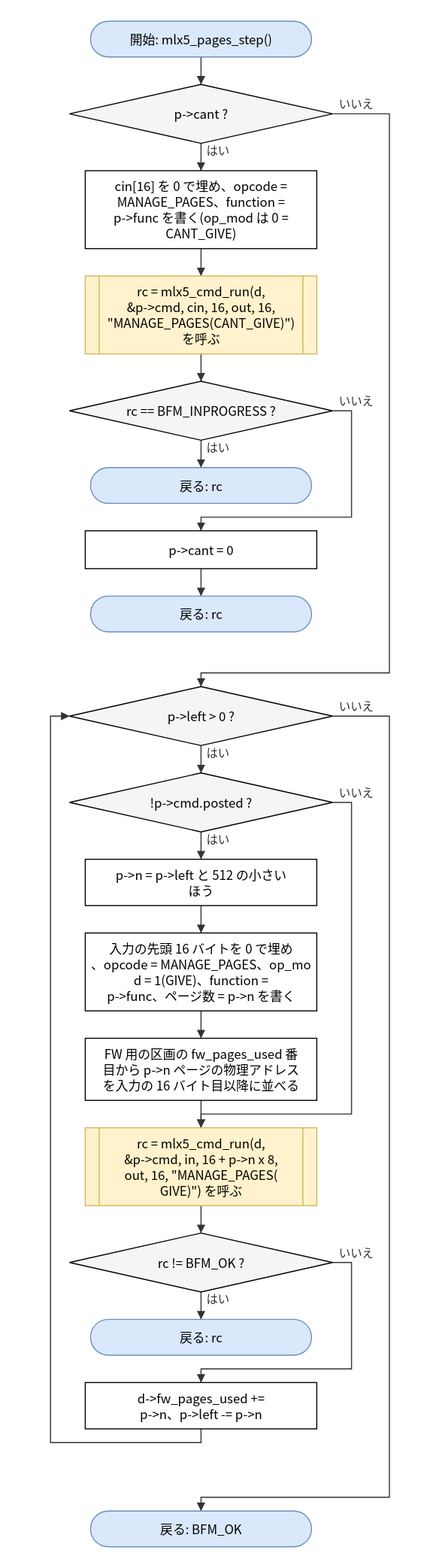
Earlier version of the draw.io export doc/spec/images/flow_src_mlx5_cmd-mlx5_pages_step.drawio.svg (hf355051012-ai/bfmem). Source tidied: cells renumbered, new cells last; positions are measured from the earlier drawing's top-left corner, leaving out a move shared by most shapes.
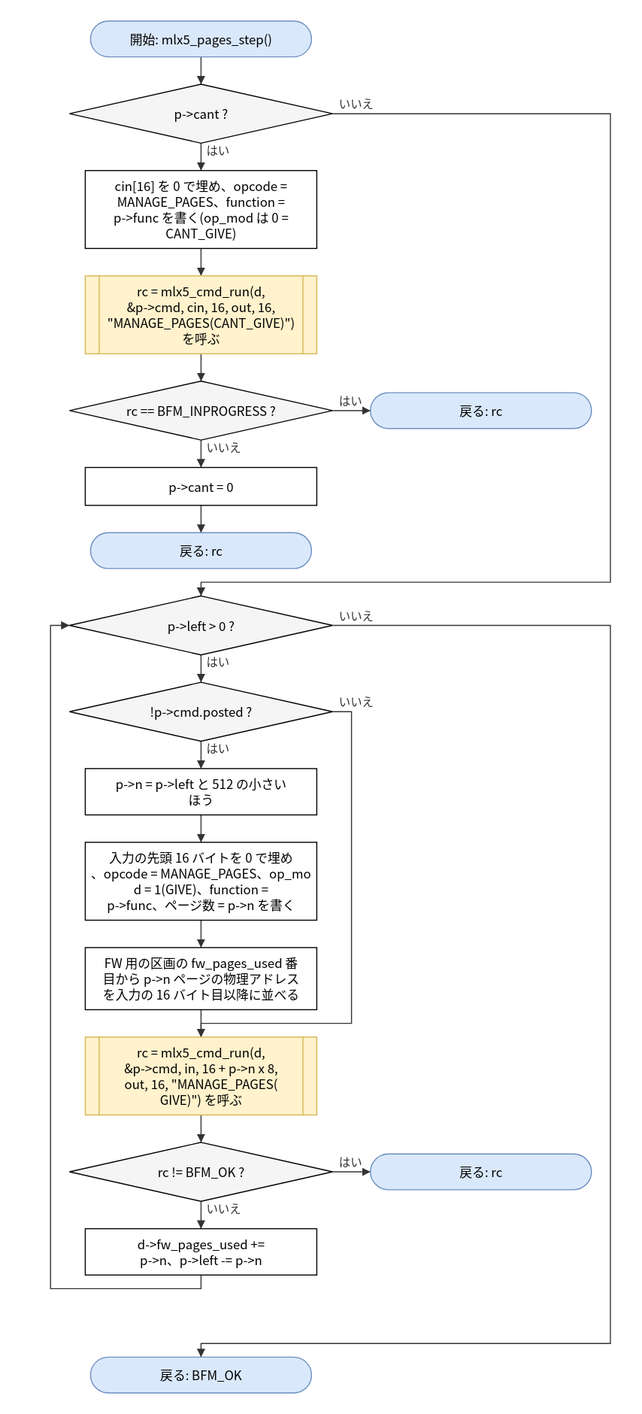
The same diagram one commit later.

Diff of the diagram source:
```diff
@@ -18,43 +18,43 @@
       <mxGeometry x="18" y="342" width="250" height="56" as="geometry" />
     </mxCell>
     <mxCell id="7" value="戻る: rc" style="rounded=1;arcSize=50;whiteSpace=wrap;html=1;fillColor=#dae8fc;strokeColor=#6c8ebf;" parent="1" vertex="1">
-      <mxGeometry x="38" y="424" width="210" height="34" as="geometry" />
+      <mxGeometry x="304" y="353" width="210" height="34" as="geometry" />
     </mxCell>
     <mxCell id="8" value="p-&amp;gt;cant = 0" style="rounded=0;whiteSpace=wrap;html=1;" parent="1" vertex="1">
-      <mxGeometry x="33" y="484" width="220" height="36" as="geometry" />
+      <mxGeometry x="33" y="424" width="220" height="36" as="geometry" />
     </mxCell>
     <mxCell id="9" value="戻る: rc" style="rounded=1;arcSize=50;whiteSpace=wrap;html=1;fillColor=#dae8fc;strokeColor=#6c8ebf;" parent="1" vertex="1">
-      <mxGeometry x="38" y="546" width="210" height="34" as="geometry" />
+      <mxGeometry x="38" y="486" width="210" height="34" as="geometry" />
     </mxCell>
     <mxCell id="10" value="p-&amp;gt;left &amp;gt; 0 ?" style="rhombus;whiteSpace=wrap;html=1;fillColor=#f5f5f5;" parent="1" vertex="1">
-      <mxGeometry x="18" y="632" width="250" height="56" as="geometry" />
+      <mxGeometry x="18" y="546" width="250" height="56" as="geometry" />
     </mxCell>
     <mxCell id="11" value="!p-&amp;gt;cmd.posted ?" style="rhombus;whiteSpace=wrap;html=1;fillColor=#f5f5f5;" parent="1" vertex="1">
-      <mxGeometry x="18" y="714" width="250" height="56" as="geometry" />
+      <mxGeometry x="18" y="628" width="250" height="56" as="geometry" />
     </mxCell>
     <mxCell id="12" value="p-&amp;gt;n = p-&amp;gt;left と 512 の小さい&lt;br&gt;ほう" style="rounded=0;whiteSpace=wrap;html=1;" parent="1" vertex="1">
-      <mxGeometry x="33" y="796" width="220" height="44" as="geometry" />
+      <mxGeometry x="33" y="710" width="220" height="44" as="geometry" />
     </mxCell>
     <mxCell id="13" value="入力の先頭 16 バイトを 0 で埋め&lt;br&gt;、opcode = MANAGE_PAGES、op_mo&lt;br&gt;d = 1(GIVE)、function =&lt;br&gt;p-&amp;gt;func、ページ数 = p-&amp;gt;n を書く" style="rounded=0;whiteSpace=wrap;html=1;" parent="1" vertex="1">
-      <mxGeometry x="33" y="866" width="220" height="74" as="geometry" />
+      <mxGeometry x="33" y="780" width="220" height="74" as="geometry" />
     </mxCell>
     <mxCell id="14" value="FW 用の区画の fw_pages_used 番&lt;br&gt;目から p-&amp;gt;n ページの物理アドレス&lt;br&gt;を入力の 16 バイト目以降に並べる" style="rounded=0;whiteSpace=wrap;html=1;" parent="1" vertex="1">
-      <mxGeometry x="33" y="966" width="220" height="59" as="geometry" />
+      <mxGeometry x="33" y="880" width="220" height="59" as="geometry" />
     </mxCell>
     <mxCell id="15" value="rc = mlx5_cmd_run(d,&lt;br&gt;&amp;amp;p-&amp;gt;cmd, in, 16 + p-&amp;gt;n x 8,&lt;br&gt;out, 16, &amp;quot;MANAGE_PAGES(&lt;br&gt;GIVE)&amp;quot;) を呼ぶ" style="shape=process;whiteSpace=wrap;html=1;backgroundOutline=1;size=0.06;fillColor=#fff2cc;strokeColor=#d6b656;" parent="1" vertex="1">
-      <mxGeometry x="33" y="1051" width="220" height="74" as="geometry" />
+      <mxGeometry x="33" y="965" width="220" height="74" as="geometry" />
     </mxCell>
     <mxCell id="16" value="rc != BFM_OK ?" style="rhombus;whiteSpace=wrap;html=1;fillColor=#f5f5f5;" parent="1" vertex="1">
-      <mxGeometry x="18" y="1151" width="250" height="56" as="geometry" />
+      <mxGeometry x="18" y="1065" width="250" height="56" as="geometry" />
     </mxCell>
     <mxCell id="17" value="戻る: rc" style="rounded=1;arcSize=50;whiteSpace=wrap;html=1;fillColor=#dae8fc;strokeColor=#6c8ebf;" parent="1" vertex="1">
-      <mxGeometry x="38" y="1233" width="210" height="34" as="geometry" />
+      <mxGeometry x="304" y="1076" width="210" height="34" as="geometry" />
     </mxCell>
     <mxCell id="18" value="d-&amp;gt;fw_pages_used +=&lt;br&gt;p-&amp;gt;n、p-&amp;gt;left -= p-&amp;gt;n" style="rounded=0;whiteSpace=wrap;html=1;" parent="1" vertex="1">
-      <mxGeometry x="33" y="1293" width="220" height="44" as="geometry" />
+      <mxGeometry x="33" y="1147" width="220" height="44" as="geometry" />
     </mxCell>
     <mxCell id="19" value="戻る: BFM_OK" style="rounded=1;arcSize=50;whiteSpace=wrap;html=1;fillColor=#dae8fc;strokeColor=#6c8ebf;" parent="1" vertex="1">
-      <mxGeometry x="38" y="1415" width="210" height="34" as="geometry" />
+      <mxGeometry x="38" y="1269" width="210" height="34" as="geometry" />
     </mxCell>
     <mxCell id="20" style="edgeStyle=none;html=1;rounded=0;endArrow=block;endFill=1;exitX=0.5000;exitY=1.0000;exitDx=0;exitDy=0;exitPerimeter=0;entryX=0.5000;entryY=0.0000;entryDx=0;entryDy=0;entryPerimeter=0;" parent="1" edge="1" source="2" target="3">
       <mxGeometry relative="1" as="geometry" />
@@ -68,17 +68,11 @@
     <mxCell id="23" style="edgeStyle=none;html=1;rounded=0;endArrow=block;endFill=1;exitX=0.5000;exitY=1.0000;exitDx=0;exitDy=0;exitPerimeter=0;entryX=0.5000;entryY=0.0000;entryDx=0;entryDy=0;entryPerimeter=0;" parent="1" edge="1" source="5" target="6">
       <mxGeometry relative="1" as="geometry" />
     </mxCell>
-    <mxCell id="24" value="はい" style="edgeStyle=none;html=1;rounded=0;endArrow=block;endFill=1;exitX=0.5000;exitY=1.0000;exitDx=0;exitDy=0;exitPerimeter=0;entryX=0.5000;entryY=0.0000;entryDx=0;entryDy=0;entryPerimeter=0;" parent="1" edge="1" source="6" target="7">
+    <mxCell id="24" value="はい" style="edgeStyle=none;html=1;rounded=0;endArrow=block;endFill=1;exitX=1.0000;exitY=0.5000;exitDx=0;exitDy=0;exitPerimeter=0;entryX=0.0000;entryY=0.5000;entryDx=0;entryDy=0;entryPerimeter=0;" parent="1" edge="1" source="6" target="7">
       <mxGeometry relative="1" as="geometry" />
     </mxCell>
-    <mxCell id="25" value="いいえ" style="edgeStyle=none;html=1;rounded=0;endArrow=block;endFill=1;exitX=1.0000;exitY=0.5000;exitDx=0;exitDy=0;exitPerimeter=0;entryX=0.5000;entryY=0.0000;entryDx=0;entryDy=0;entryPerimeter=0;" parent="1" edge="1" source="6" target="8">
-      <mxGeometry relative="1" as="geometry">
-        <Array as="points">
-          <mxPoint x="286" y="370" />
-          <mxPoint x="286" y="471" />
-          <mxPoint x="143" y="471" />
-        </Array>
-      </mxGeometry>
+    <mxCell id="25" value="いいえ" style="edgeStyle=none;html=1;rounded=0;endArrow=block;endFill=1;exitX=0.5000;exitY=1.0000;exitDx=0;exitDy=0;exitPerimeter=0;entryX=0.5000;entryY=0.0000;entryDx=0;entryDy=0;entryPerimeter=0;" parent="1" edge="1" source="6" target="8">
+      <mxGeometry relative="1" as="geometry" />
     </mxCell>
     <mxCell id="26" style="edgeStyle=none;html=1;rounded=0;endArrow=block;endFill=1;exitX=0.5000;exitY=1.0000;exitDx=0;exitDy=0;exitPerimeter=0;entryX=0.5000;entryY=0.0000;entryDx=0;entryDy=0;entryPerimeter=0;" parent="1" edge="1" source="8" target="9">
       <mxGeometry relative="1" as="geometry" />
@@ -86,9 +80,9 @@
     <mxCell id="27" value="いいえ" style="edgeStyle=none;html=1;rounded=0;endArrow=block;endFill=1;exitX=1.0000;exitY=0.5000;exitDx=0;exitDy=0;exitPerimeter=0;entryX=0.5000;entryY=0.0000;entryDx=0;entryDy=0;entryPerimeter=0;" parent="1" edge="1" source="3" target="10">
       <mxGeometry relative="1" as="geometry">
         <Array as="points">
-          <mxPoint x="322" y="88" />
-          <mxPoint x="322" y="619" />
-          <mxPoint x="143" y="619" />
+          <mxPoint x="532" y="88" />
+          <mxPoint x="532" y="533" />
+          <mxPoint x="143" y="533" />
         </Array>
       </mxGeometry>
     </mxCell>
@@ -110,42 +104,36 @@
     <mxCell id="33" value="いいえ" style="edgeStyle=none;html=1;rounded=0;endArrow=block;endFill=1;exitX=1.0000;exitY=0.5000;exitDx=0;exitDy=0;exitPerimeter=0;entryX=0.5000;entryY=0.0000;entryDx=0;entryDy=0;entryPerimeter=0;" parent="1" edge="1" source="11" target="15">
       <mxGeometry relative="1" as="geometry">
         <Array as="points">
-          <mxPoint x="286" y="742" />
-          <mxPoint x="286" y="1038" />
-          <mxPoint x="143" y="1038" />
+          <mxPoint x="286" y="656" />
+          <mxPoint x="286" y="952" />
+          <mxPoint x="143" y="952" />
         </Array>
       </mxGeometry>
     </mxCell>
     <mxCell id="34" style="edgeStyle=none;html=1;rounded=0;endArrow=block;endFill=1;exitX=0.5000;exitY=1.0000;exitDx=0;exitDy=0;exitPerimeter=0;entryX=0.5000;entryY=0.0000;entryDx=0;entryDy=0;entryPerimeter=0;" parent="1" edge="1" source="15" target="16">
       <mxGeometry relative="1" as="geometry" />
     </mxCell>
-    <mxCell id="35" value="はい" style="edgeStyle=none;html=1;rounded=0;endArrow=block;endFill=1;exitX=0.5000;exitY=1.0000;exitDx=0;exitDy=0;exitPerimeter=0;entryX=0.5000;entryY=0.0000;entryDx=0;entryDy=0;entryPerimeter=0;" parent="1" edge="1" source="16" target="17">
+    <mxCell id="35" value="はい" style="edgeStyle=none;html=1;rounded=0;endArrow=block;endFill=1;exitX=1.0000;exitY=0.5000;exitDx=0;exitDy=0;exitPerimeter=0;entryX=0.0000;entryY=0.5000;entryDx=0;entryDy=0;entryPerimeter=0;" parent="1" edge="1" source="16" target="17">
       <mxGeometry relative="1" as="geometry" />
     </mxCell>
-    <mxCell id="36" value="いいえ" style="edgeStyle=none;html=1;rounded=0;endArrow=block;endFill=1;exitX=1.0000;exitY=0.5000;exitDx=0;exitDy=0;exitPerimeter=0;entryX=0.5000;entryY=0.0000;entryDx=0;entryDy=0;entryPerimeter=0;" parent="1" edge="1" source="16" target="18">
-      <mxGeometry relative="1" as="geometry">
-        <Array as="points">
-          <mxPoint x="286" y="1179" />
-          <mxPoint x="286" y="1280" />
-          <mxPoint x="143" y="1280" />
-        </Array>
-      </mxGeometry>
+    <mxCell id="36" value="いいえ" style="edgeStyle=none;html=1;rounded=0;endArrow=block;endFill=1;exitX=0.5000;exitY=1.0000;exitDx=0;exitDy=0;exitPerimeter=0;entryX=0.5000;entryY=0.0000;entryDx=0;entryDy=0;entryPerimeter=0;" parent="1" edge="1" source="16" target="18">
+      <mxGeometry relative="1" as="geometry" />
     </mxCell>
     <mxCell id="37" style="edgeStyle=none;html=1;rounded=0;endArrow=block;endFill=1;exitX=0.5000;exitY=1.0000;exitDx=0;exitDy=0;exitPerimeter=0;entryX=0.0000;entryY=0.5000;entryDx=0;entryDy=0;entryPerimeter=0;" parent="1" edge="1" source="18" target="10">
       <mxGeometry relative="1" as="geometry">
         <Array as="points">
-          <mxPoint x="143" y="1350" />
-          <mxPoint y="1350" />
-          <mxPoint y="660" />
+          <mxPoint x="143" y="1204" />
+          <mxPoint y="1204" />
+          <mxPoint y="574" />
         </Array>
       </mxGeometry>
     </mxCell>
     <mxCell id="38" value="いいえ" style="edgeStyle=none;html=1;rounded=0;endArrow=block;endFill=1;exitX=1.0000;exitY=0.5000;exitDx=0;exitDy=0;exitPerimeter=0;entryX=0.5000;entryY=0.0000;entryDx=0;entryDy=0;entryPerimeter=0;" parent="1" edge="1" source="10" target="19">
       <mxGeometry relative="1" as="geometry">
         <Array as="points">
-          <mxPoint x="322" y="660" />
-          <mxPoint x="322" y="1402" />
-          <mxPoint x="143" y="1402" />
+          <mxPoint x="532" y="574" />
+          <mxPoint x="532" y="1256" />
+          <mxPoint x="143" y="1256" />
         </Array>
       </mxGeometry>
     </mxCell>
```
